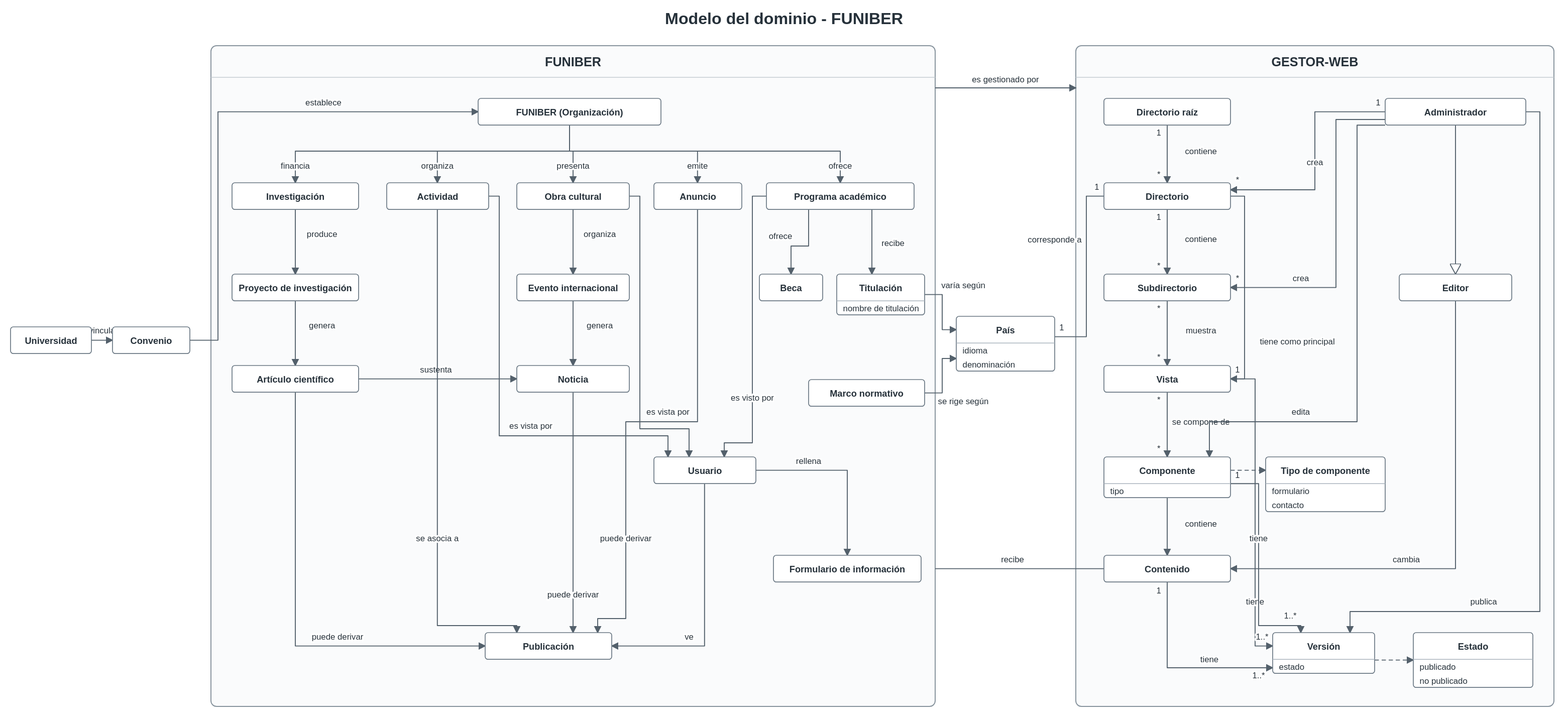
Before: documentos/modeloDeDominio/propuestaSolucionDividida/ModeloDeDominioTranscripcion.svg, a diagram exported from PlantUML (vanepakk/26-27-IdSw1-SDR). Its source is kept beside it as documentos/modeloDeDominio/propuestaSolucionDividida/ModeloDeDominioTranscripcion.puml. The source it was exported from:
```plantuml
@startuml
title Modelo del dominio - FUNIBER
left to right direction
skinparam monochrome true
skinparam shadowing false
skinparam linetype ortho
skinparam defaultFontName Arial
skinparam defaultFontSize 13
skinparam classAttributeIconSize 0
skinparam roundcorner 5
skinparam nodesep 65
skinparam ranksep 75
skinparam packageStyle rectangle
hide circle
hide empty members
class "Universidad" as U
class "Convenio" as C
class "País" as PS {
    idioma
    denominación
}
package "FUNIBER" as BF {
class "FUNIBER (Organización)" as F
class "Investigación" as INV
class "Proyecto de investigación" as I
class "Artículo científico" as AC
class "Actividad" as A
class "Obra cultural" as O
class "Evento internacional" as E
class "Noticia" as N
class "Anuncio" as AN
class "Publicación" as P
class "Programa académico" as PA
class "Beca" as B
class "Titulación" as T {
    nombre de titulación
}
class "Marco normativo" as M
class "Usuario" as US
class "Formulario de información" as FO
}
package "GESTOR-WEB" as BW {
class "Directorio raíz" as R
class "Directorio" as D
class "Subdirectorio" as S
class "Vista" as V
class "Componente" as CO {
    tipo
}
class "Contenido" as CT
class "Administrador" as AD
class "Editor" as ED
class "Versión" as VE {
    estado
}
enum "Tipo de componente" as TC {
    formulario
    contacto
}
enum "Estado" as ES {
    publicado
    no publicado
}
}
U -right-> C : vincula
C -right-> F : establece
F -down-> INV : financia
INV -down-> I : produce
I -down-> AC : genera
F -down-> A : organiza
F -down-> O : presenta
O -down-> E : organiza
E -down-> N : genera
F -down-> PA : ofrece
F -down-> AN : emite
AC --> N : sustenta
AC --> P : puede derivar
A --> P : se asocia a
N --> P : puede derivar
AN --> P : puede derivar
PA -down-> B : ofrece
PA -down-> T : recibe
A --> US : es vista por
O --> US : es vista por
PA --> US : es visto por
US --> P : ve
US --> FO : rellena
T -right-> PS : varía según
M -right-> PS : se rige según
R "1" -down-> "*" D : contiene
D "1" -down-> "*" S : contiene
PS "1" -right- "1" D : corresponde a
D --> "1" V : tiene como principal
S "*" -down-> "*" V : muestra
V "*" -down-> "*" CO : se compone de
CO -down-> CT : contiene
V "1" --> "1..*" VE : tiene
CO "1" --> "1..*" VE : tiene
CT "1" -down-> "1..*" VE : tiene
AD "1" --> "*" D : crea
AD --> "*" S : crea
AD --> CO : edita
AD --> VE : publica
ED --> CT : cambia
AD --|> ED
CO ..> TC
VE ..> ES
BF -[norank]right-> BW : es gestionado por
CT -[norank]left- BF : recibe
U -[hidden]right- C
C -[hidden]right- BF
T -[hidden]right- PS
PS -[hidden]right- D
INV -[hidden]right- A
A -[hidden]right- O
O -[hidden]right- AN
AN -[hidden]right- PA
R -[hidden]right- AD
@enduml
```
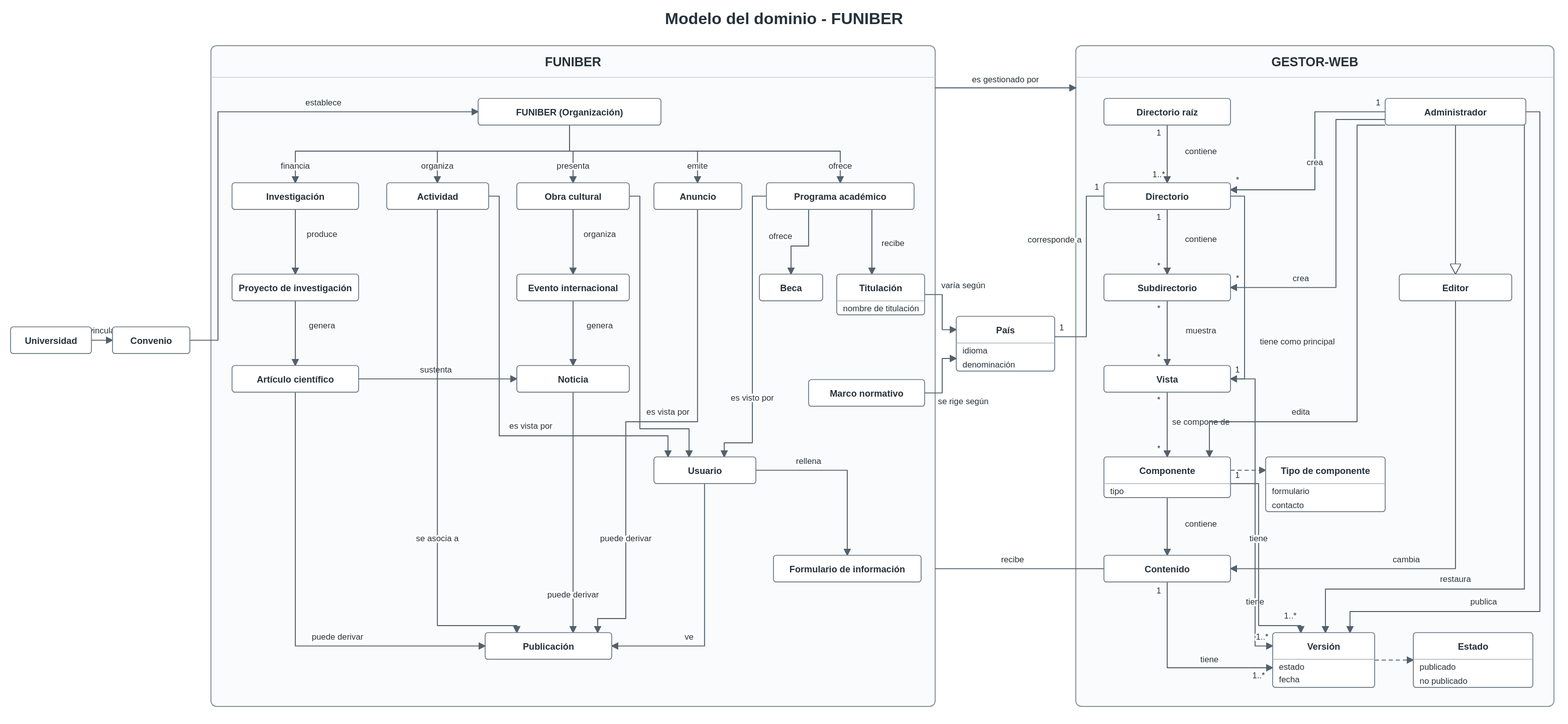
The same file after the commit.

Commit message:
Transcribir a PlantUML y encontrar Atributos finalizado

Change to the diagram source:
```diff
@@ -52,6 +52,7 @@
 class "Editor" as ED
 class "Versión" as VE {
     estado
+    fecha
 }
 enum "Tipo de componente" as TC {
     formulario
@@ -87,7 +88,7 @@
 US --> FO : rellena
 T -right-> PS : varía según
 M -right-> PS : se rige según
-R "1" -down-> "*" D : contiene
+R "1" -down-> "1..*" D : contiene
 D "1" -down-> "*" S : contiene
 PS "1" -right- "1" D : corresponde a
 D --> "1" V : tiene como principal
@@ -101,6 +102,7 @@
 AD --> "*" S : crea
 AD --> CO : edita
 AD --> VE : publica
+AD --> VE : restaura
 ED --> CT : cambia
 AD --|> ED
 CO ..> TC
```
